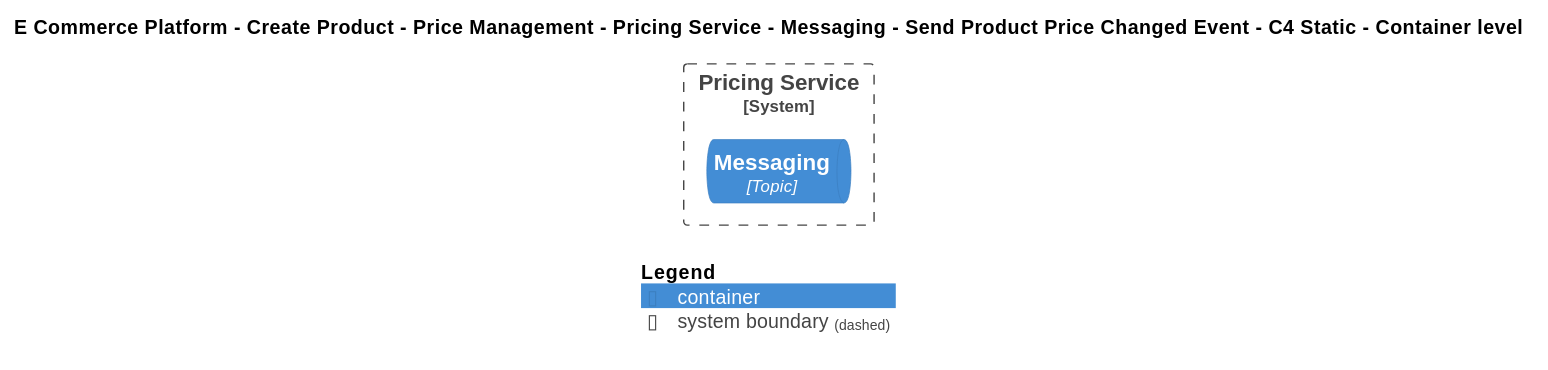
mnadenysenko/C4InterFlow keeps this PlantUML diagram as Samples/E-Commerce Platform/Yaml/Diagrams/E Commerce Platform/Create Product/Price Management/Software Systems/Pricing Service/Containers/Messaging/Interfaces/Send Product Price Changed Event/Container - C4 Static.svg. Above is the earlier version.
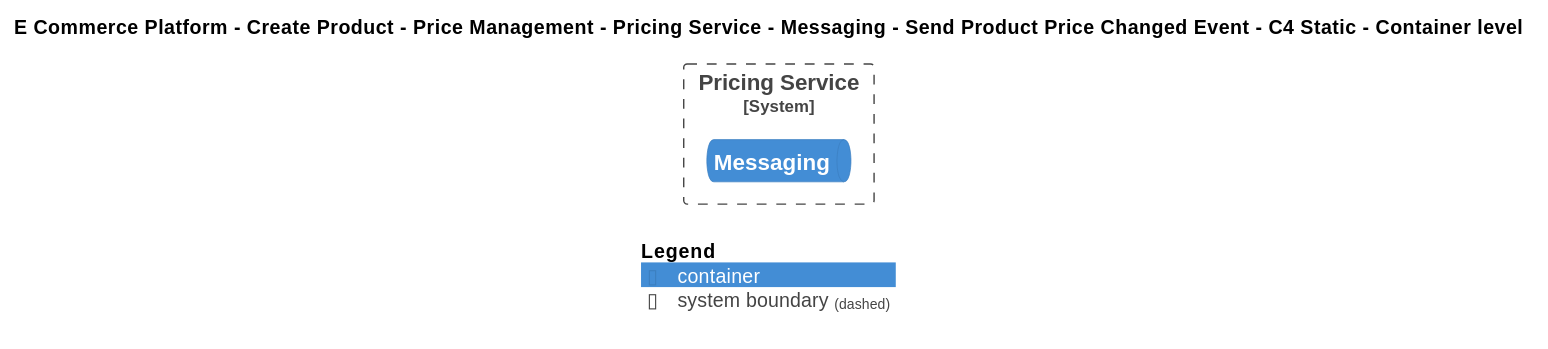
Above is the later version.

What changed in the source:
```diff
@@ -18,7 +18,7 @@
 
 
 System_Boundary(ECommercePlatform.CreateProduct.PriceManagement.SoftwareSystems.PricingService, "Pricing Service") {
-    ContainerQueue(ECommercePlatform.CreateProduct.PriceManagement.SoftwareSystems.PricingService.Containers.Messaging, "Messaging", "Topic", "")
+    ContainerQueue(ECommercePlatform.CreateProduct.PriceManagement.SoftwareSystems.PricingService.Containers.Messaging, "Messaging", "", "")
 }
 
 
```
